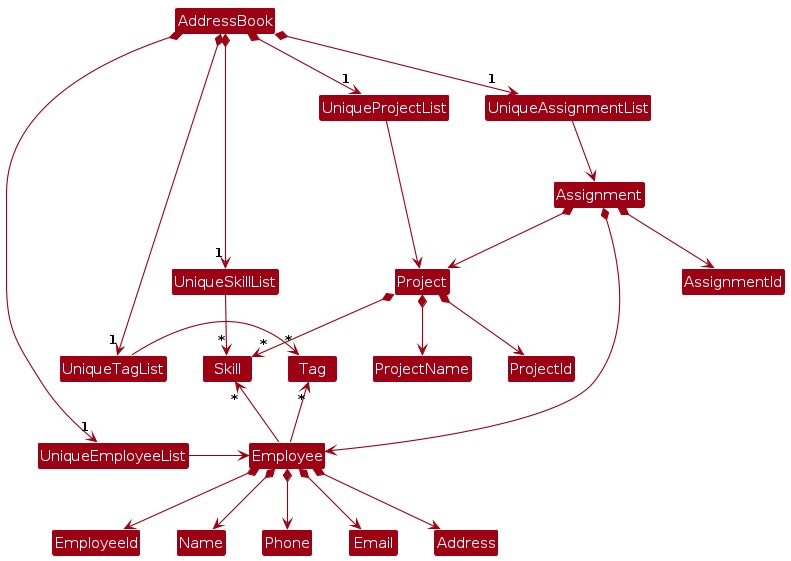
Before: docs/images/BetterModelClassDiagram.png, a diagram exported from PlantUML (nus-cs2103-AY2425S1/tp).
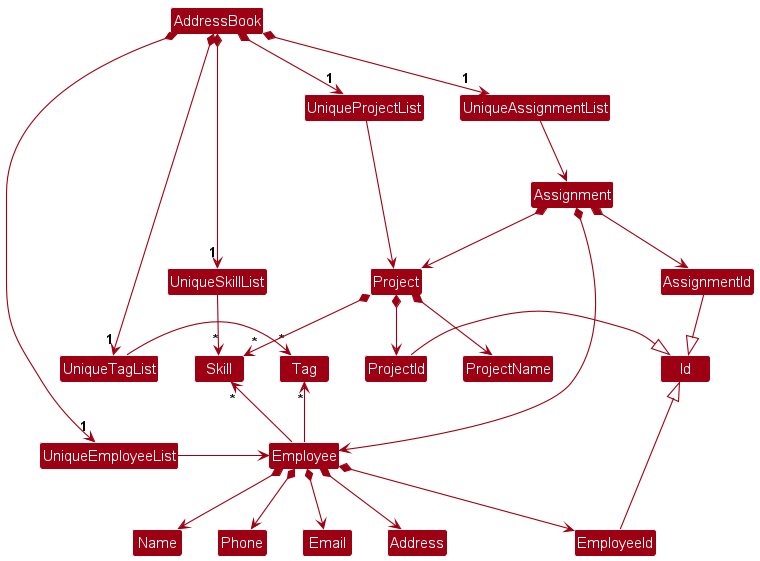
After the commit.

Diff of the diagram source:
```diff
@@ -39,4 +39,8 @@
 Assignment *--> AssignmentId
 Assignment *--> Employee
 Assignment *--> Project
+
+EmployeeId -up-|> Id
+ProjectId -right-|> Id
+AssignmentId -down-|> Id
 @enduml
```
